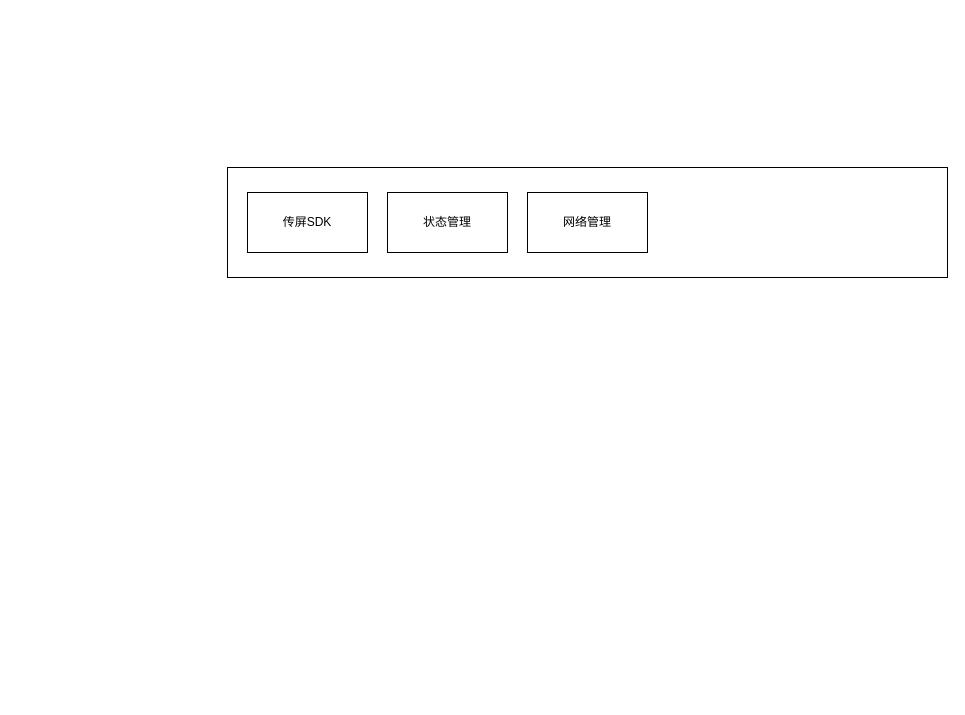
kkgg123/ROOT keeps this draw.io diagram as Untitled Diagram.drawio. Above is the earlier version. Source tidied: cells renumbered, new cells numbered last; positions are measured from the earlier drawing's top-left corner, leaving out a move shared by most shapes. Both pictures are drawn from the tidied source at 100%, with x=0, y=0 at pixel (227, 167).
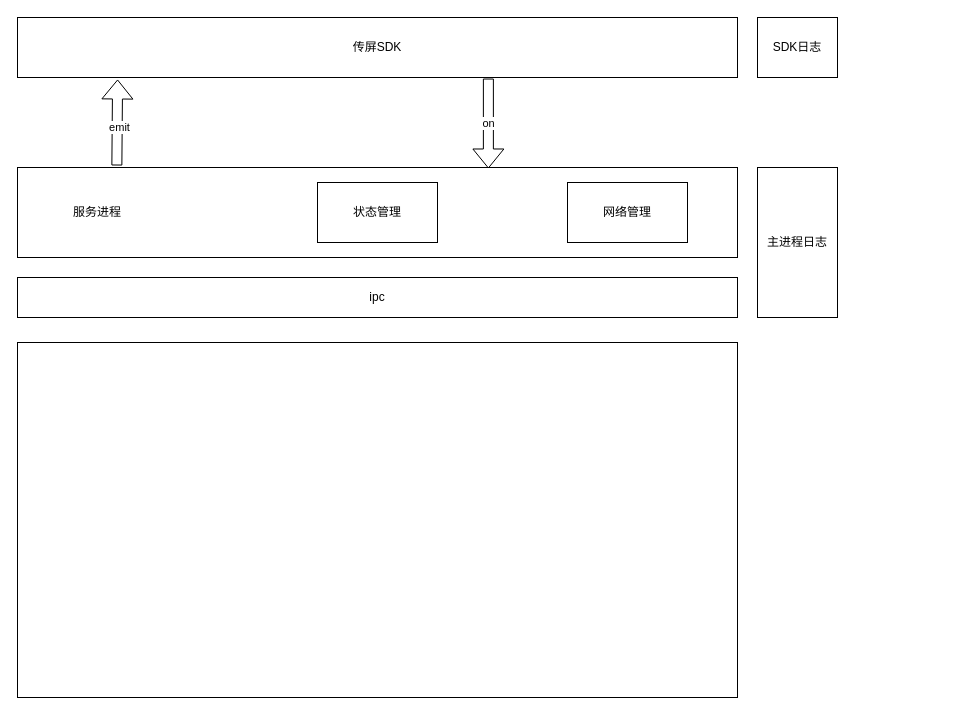
After the change.

Diff of the diagram source:
```diff
@@
 <mxGraphModel>
   <root>
     <mxCell id="0" />
     <mxCell id="1" parent="0" />
     <mxCell id="2" style="rounded=0;whiteSpace=wrap;html=1;" parent="1" vertex="1">
-      <mxGeometry width="720" height="110" as="geometry" />
+      <mxGeometry x="-210" width="720" height="90" as="geometry" />
     </mxCell>
     <mxCell id="3" value="传屏SDK" style="rounded=0;whiteSpace=wrap;html=1;" parent="1" vertex="1">
-      <mxGeometry x="20" y="25" width="120" height="60" as="geometry" />
+      <mxGeometry x="-210" y="-150" width="720" height="60" as="geometry" />
     </mxCell>
     <mxCell id="4" value="状态管理" style="rounded=0;whiteSpace=wrap;html=1;" parent="1" vertex="1">
-      <mxGeometry x="160" y="25" width="120" height="60" as="geometry" />
+      <mxGeometry x="90" y="15" width="120" height="60" as="geometry" />
     </mxCell>
     <mxCell id="5" value="网络管理" style="rounded=0;whiteSpace=wrap;html=1;" parent="1" vertex="1">
-      <mxGeometry x="300" y="25" width="120" height="60" as="geometry" />
+      <mxGeometry x="340" y="15" width="120" height="60" as="geometry" />
     </mxCell>
+    <mxCell id="6" value="ipc" style="rounded=0;whiteSpace=wrap;html=1;" parent="1" vertex="1">
+      <mxGeometry x="-210" y="110" width="720" height="40" as="geometry" />
+    </mxCell>
+    <mxCell id="7" value="服务进程" style="text;html=1;strokeColor=none;fillColor=none;align=center;verticalAlign=middle;whiteSpace=wrap;rounded=0;" parent="1" vertex="1">
+      <mxGeometry x="-160" y="30" width="60" height="30" as="geometry" />
+    </mxCell>
+    <mxCell id="8" style="rounded=0;whiteSpace=wrap;html=1;" parent="1" vertex="1">
+      <mxGeometry x="-210" y="175" width="720" height="355" as="geometry" />
+    </mxCell>
+    <mxCell id="9" value="主进程日志" style="rounded=0;whiteSpace=wrap;html=1;" parent="1" vertex="1">
+      <mxGeometry x="530" width="80" height="150" as="geometry" />
+    </mxCell>
+    <mxCell id="10" style="shape=flexArrow;endArrow=classic;html=1;rounded=0;entryX=0.654;entryY=0.011;entryDx=0;entryDy=0;entryPerimeter=0;exitX=0.654;exitY=1.017;exitDx=0;exitDy=0;exitPerimeter=0;" parent="1" edge="1" source="3" target="2">
+      <mxGeometry relative="1" as="geometry" />
+    </mxCell>
+    <mxCell id="11" value="on" style="edgeLabel;html=1;align=center;verticalAlign=middle;" parent="10" vertex="1">
+      <mxGeometry x="-0.02" relative="1" as="geometry" />
+    </mxCell>
+    <mxCell id="12" style="shape=flexArrow;endArrow=classic;html=1;rounded=0;exitX=0.138;exitY=-0.022;exitDx=0;exitDy=0;exitPerimeter=0;entryX=0.139;entryY=1.033;entryDx=0;entryDy=0;entryPerimeter=0;" parent="1" edge="1" source="2" target="3">
+      <mxGeometry relative="1" as="geometry" />
+    </mxCell>
+    <mxCell id="13" value="emit" style="edgeLabel;html=1;align=center;verticalAlign=middle;" parent="12" vertex="1">
+      <mxGeometry x="-0.09" y="-2" relative="1" as="geometry" />
+    </mxCell>
+    <mxCell id="14" value="SDK日志" style="rounded=0;whiteSpace=wrap;html=1;" parent="1" vertex="1">
+      <mxGeometry x="530" y="-150" width="80" height="60" as="geometry" />
+    </mxCell>
   </root>
 </mxGraphModel>
```
